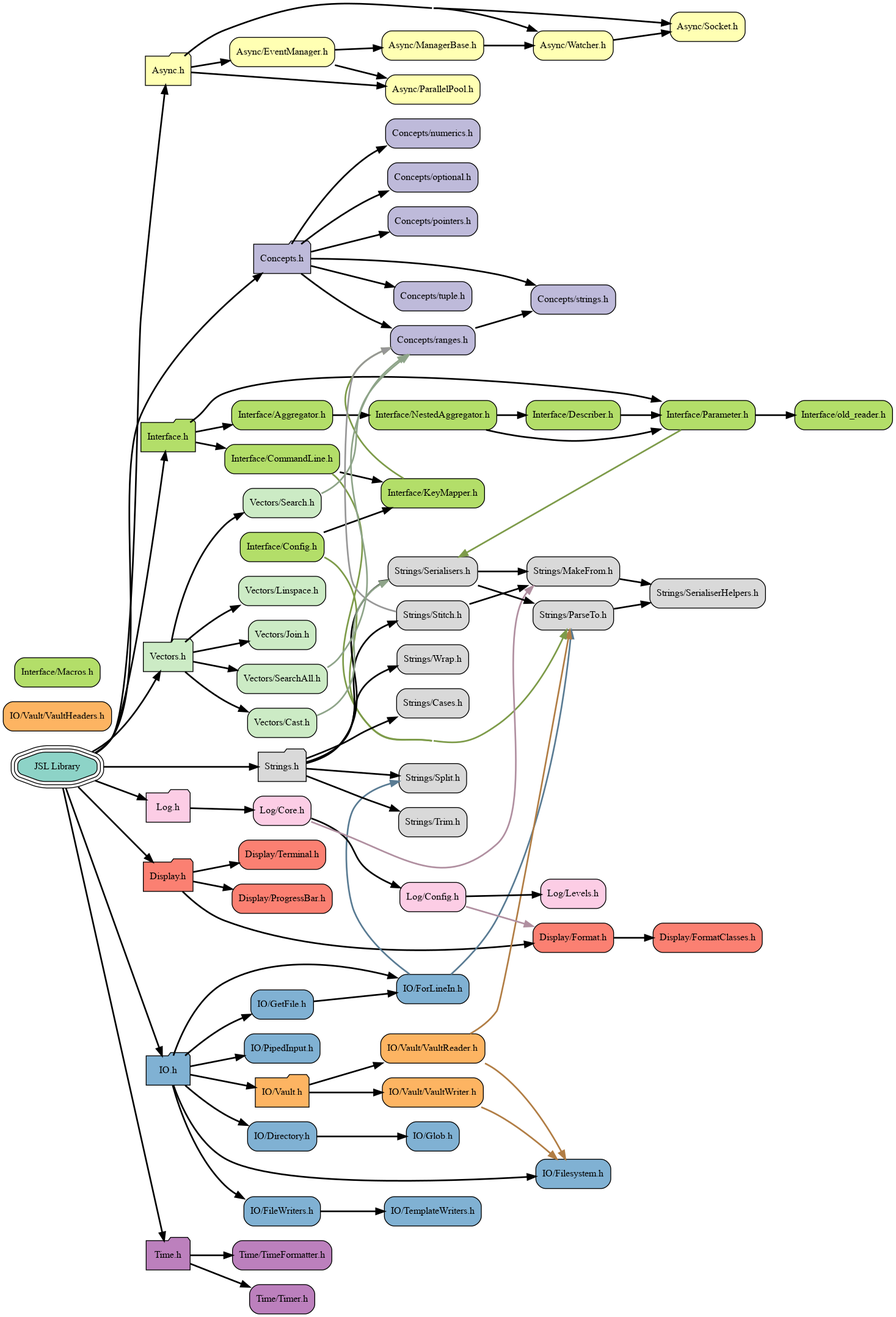
DrFraserGovil/JSL keeps this Graphviz diagram as docs/visualiser/heirarchy.png. Above is the earlier version. Its source is kept beside it as docs/visualiser/heirarchy.dot.
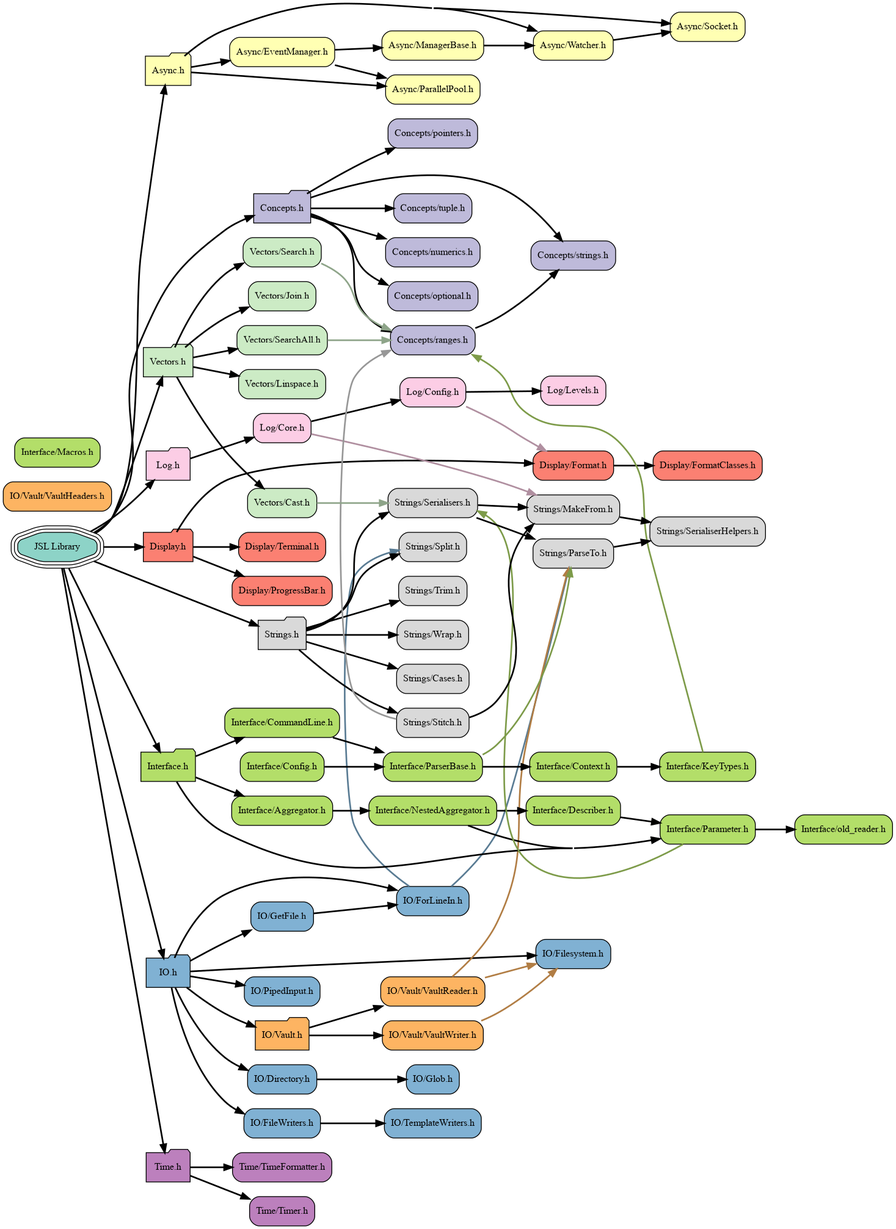
Later version of the same file.

Diff of the diagram source:
```diff
@@ -44,11 +44,13 @@
 	node[fillcolor="#b3de69", style="rounded,filled", shape=box, color="black"] "Interface/Aggregator.h"         [label="Interface/Aggregator.h"]
 	node[fillcolor="#b3de69", style="rounded,filled", shape=box, color="black"] "Interface/CommandLine.h"        [label="Interface/CommandLine.h"]
 	node[fillcolor="#b3de69", style="rounded,filled", shape=box, color="black"] "Interface/Config.h"             [label="Interface/Config.h"]
+	node[fillcolor="#b3de69", style="rounded,filled", shape=box, color="black"] "Interface/Context.h"            [label="Interface/Context.h"]
 	node[fillcolor="#b3de69", style="rounded,filled", shape=box, color="black"] "Interface/Describer.h"          [label="Interface/Describer.h"]
-	node[fillcolor="#b3de69", style="rounded,filled", shape=box, color="black"] "Interface/KeyMapper.h"          [label="Interface/KeyMapper.h"]
+	node[fillcolor="#b3de69", style="rounded,filled", shape=box, color="black"] "Interface/KeyTypes.h"           [label="Interface/KeyTypes.h"]
 	node[fillcolor="#b3de69", style="rounded,filled", shape=box, color="black"] "Interface/Macros.h"             [label="Interface/Macros.h"]
 	node[fillcolor="#b3de69", style="rounded,filled", shape=box, color="black"] "Interface/NestedAggregator.h"   [label="Interface/NestedAggregator.h"]
 	node[fillcolor="#b3de69", style="rounded,filled", shape=box, color="black"] "Interface/Parameter.h"          [label="Interface/Parameter.h"]
+	node[fillcolor="#b3de69", style="rounded,filled", shape=box, color="black"] "Interface/ParserBase.h"         [label="Interface/ParserBase.h"]
 	node[fillcolor="#b3de69", style="rounded,filled", shape=box, color="black"] "Interface/old_reader.h"         [label="Interface/old_reader.h"]
 	node[fillcolor="#fccde5", style="rounded,filled", shape=folder, color="black"] "Log.h"                          [label="Log.h"]
 	node[fillcolor="#fccde5", style="rounded,filled", shape=box, color="black"] "Log/Config.h"                   [label="Log/Config.h"]
@@ -73,15 +75,15 @@
 	node[fillcolor="#ccebc5", style="rounded,filled", shape=box, color="black"] "Vectors/Linspace.h"             [label="Vectors/Linspace.h"]
 	node[fillcolor="#ccebc5", style="rounded,filled", shape=box, color="black"] "Vectors/Search.h"               [label="Vectors/Search.h"]
 	node[fillcolor="#ccebc5", style="rounded,filled", shape=box, color="black"] "Vectors/SearchAll.h"            [label="Vectors/SearchAll.h"]
-	"JSL.h"                          -> "Async.h"[weight=10000,penwidth=2]
+	"JSL.h"                          -> "Concepts.h"[weight=10000,penwidth=2]
 	"JSL.h"                          -> "IO.h"[weight=10000,penwidth=2]
 	"JSL.h"                          -> "Interface.h"[weight=10000,penwidth=2]
-	"JSL.h"                          -> "Time.h"[weight=10000,penwidth=2]
+	"JSL.h"                          -> "Async.h"[weight=10000,penwidth=2]
 	"JSL.h"                          -> "Display.h"[weight=10000,penwidth=2]
-	"JSL.h"                          -> "Log.h"[weight=10000,penwidth=2]
-	"JSL.h"                          -> "Concepts.h"[weight=10000,penwidth=2]
 	"JSL.h"                          -> "Strings.h"[weight=10000,penwidth=2]
 	"JSL.h"                          -> "Vectors.h"[weight=10000,penwidth=2]
+	"JSL.h"                          -> "Log.h"[weight=10000,penwidth=2]
+	"JSL.h"                          -> "Time.h"[weight=10000,penwidth=2]
 	"Async.h"                        -> "Async/Socket.h"[weight=10000,penwidth=2]
 	"Async.h"                        -> "Async/Watcher.h"[weight=10000,penwidth=2]
 	"Async.h"                        -> "Async/EventManager.h"[weight=10000,penwidth=2]
@@ -90,28 +92,28 @@
 	"Async/EventManager.h"           -> "Async/ParallelPool.h"[weight=10000,penwidth=2]
 	"Async/ManagerBase.h"            -> "Async/Watcher.h"[weight=10000,penwidth=2]
 	"Async/Watcher.h"                -> "Async/Socket.h"[weight=10000,penwidth=2]
+	"Concepts.h"                     -> "Concepts/numerics.h"[weight=10000,penwidth=2]
 	"Concepts.h"                     -> "Concepts/pointers.h"[weight=10000,penwidth=2]
+	"Concepts.h"                     -> "Concepts/strings.h"[weight=10000,penwidth=2]
+	"Concepts.h"                     -> "Concepts/optional.h"[weight=10000,penwidth=2]
 	"Concepts.h"                     -> "Concepts/ranges.h"[weight=10000,penwidth=2]
-	"Concepts.h"                     -> "Concepts/numerics.h"[weight=10000,penwidth=2]
-	"Concepts.h"                     -> "Concepts/optional.h"[weight=10000,penwidth=2]
 	"Concepts.h"                     -> "Concepts/tuple.h"[weight=10000,penwidth=2]
-	"Concepts.h"                     -> "Concepts/strings.h"[weight=10000,penwidth=2]
 	"Concepts/ranges.h"              -> "Concepts/strings.h"[weight=10000,penwidth=2]
-	"Display.h"                      -> "Display/ProgressBar.h"[weight=10000,penwidth=2]
 	"Display.h"                      -> "Display/Format.h"[weight=10000,penwidth=2]
 	"Display.h"                      -> "Display/Terminal.h"[weight=10000,penwidth=2]
+	"Display.h"                      -> "Display/ProgressBar.h"[weight=10000,penwidth=2]
 	"Display/Format.h"               -> "Display/FormatClasses.h"[weight=10000,penwidth=2]
+	"IO.h"                           -> "IO/Filesystem.h"[weight=10000,penwidth=2]
+	"IO.h"                           -> "IO/Vault.h"[weight=10000,penwidth=2]
 	"IO.h"                           -> "IO/GetFile.h"[weight=10000,penwidth=2]
+	"IO.h"                           -> "IO/FileWriters.h"[weight=10000,penwidth=2]
+	"IO.h"                           -> "IO/Directory.h"[weight=10000,penwidth=2]
 	"IO.h"                           -> "IO/ForLineIn.h"[weight=10000,penwidth=2]
 	"IO.h"                           -> "IO/PipedInput.h"[weight=10000,penwidth=2]
-	"IO.h"                           -> "IO/Filesystem.h"[weight=10000,penwidth=2]
-	"IO.h"                           -> "IO/Vault.h"[weight=10000,penwidth=2]
-	"IO.h"                           -> "IO/Directory.h"[weight=10000,penwidth=2]
-	"IO.h"                           -> "IO/FileWriters.h"[weight=10000,penwidth=2]
 	"IO/Directory.h"                 -> "IO/Glob.h"[weight=10000,penwidth=2]
 	"IO/FileWriters.h"               -> "IO/TemplateWriters.h"[weight=10000,penwidth=2]
+	"IO/ForLineIn.h"                 -> "Strings/ParseTo.h"[constraint=true,weight=0,penwidth=2,color="#597b93"]
 	"IO/ForLineIn.h"                 -> "Strings/Split.h"[constraint=false,weight=0,penwidth=2,color="#597b93"]
-	"IO/ForLineIn.h"                 -> "Strings/ParseTo.h"[constraint=true,weight=0,penwidth=2,color="#597b93"]
 	"IO/GetFile.h"                   -> "IO/ForLineIn.h"[weight=10000,penwidth=2]
 	"IO/Vault.h"                     -> "IO/Vault/VaultWriter.h"[weight=10000,penwidth=2]
 	"IO/Vault.h"                     -> "IO/Vault/VaultReader.h"[weight=10000,penwidth=2]
@@ -122,19 +124,20 @@
 	"Interface.h"                    -> "Interface/CommandLine.h"[weight=10000,penwidth=2]
 	"Interface.h"                    -> "Interface/Parameter.h"[weight=10000,penwidth=2]
 	"Interface/Aggregator.h"         -> "Interface/NestedAggregator.h"[weight=10000,penwidth=2]
-	"Interface/CommandLine.h"        -> "Interface/KeyMapper.h"[weight=10000,penwidth=2]
-	"Interface/CommandLine.h"        -> "Strings/ParseTo.h"[constraint=false,weight=0,penwidth=2,color="#7d9b49"]
-	"Interface/Config.h"             -> "Interface/KeyMapper.h"[weight=10000,penwidth=2]
-	"Interface/Config.h"             -> "Strings/ParseTo.h"[constraint=false,weight=0,penwidth=2,color="#7d9b49"]
+	"Interface/CommandLine.h"        -> "Interface/ParserBase.h"[weight=10000,penwidth=2]
+	"Interface/Config.h"             -> "Interface/ParserBase.h"[weight=10000,penwidth=2]
+	"Interface/Context.h"            -> "Interface/KeyTypes.h"[weight=10000,penwidth=2]
 	"Interface/Describer.h"          -> "Interface/Parameter.h"[weight=10000,penwidth=2]
-	"Interface/KeyMapper.h"          -> "Concepts/ranges.h"[constraint=false,weight=0,penwidth=2,color="#7d9b49"]
+	"Interface/KeyTypes.h"           -> "Concepts/ranges.h"[constraint=false,weight=0,penwidth=2,color="#7d9b49"]
 	"Interface/NestedAggregator.h"   -> "Interface/Describer.h"[weight=10000,penwidth=2]
 	"Interface/NestedAggregator.h"   -> "Interface/Parameter.h"[weight=10000,penwidth=2]
 	"Interface/Parameter.h"          -> "Interface/old_reader.h"[weight=10000,penwidth=2]
 	"Interface/Parameter.h"          -> "Strings/Serialisers.h"[constraint=false,weight=0,penwidth=2,color="#7d9b49"]
+	"Interface/ParserBase.h"         -> "Interface/Context.h"[weight=10000,penwidth=2]
+	"Interface/ParserBase.h"         -> "Strings/ParseTo.h"[constraint=true,weight=0,penwidth=2,color="#7d9b49"]
 	"Log.h"                          -> "Log/Core.h"[weight=10000,penwidth=2]
+	"Log/Config.h"                   -> "Log/Levels.h"[weight=10000,penwidth=2]
 	"Log/Config.h"                   -> "Display/Format.h"[constraint=true,weight=0,penwidth=2,color="#b08fa0"]
-	"Log/Config.h"                   -> "Log/Levels.h"[weight=10000,penwidth=2]
 	"Log/Core.h"                     -> "Log/Config.h"[weight=10000,penwidth=2]
 	"Log/Core.h"                     -> "Strings/MakeFrom.h"[constraint=true,weight=0,penwidth=2,color="#b08fa0"]
 	"Strings.h"                      -> "Strings/Serialisers.h"[weight=10000,penwidth=2]
```
